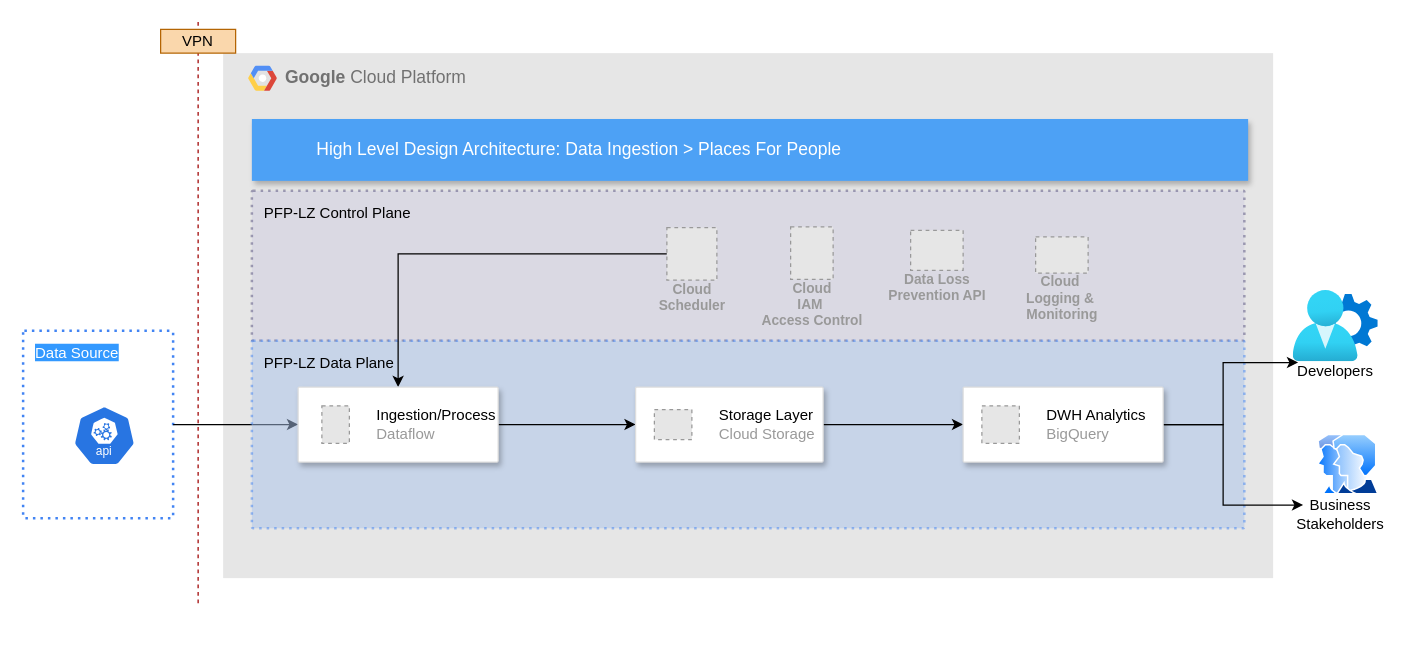
Before: PFP-Sample/PFP-Sample-Design.drawio in harshaldharme/ProjectSpaces, a draw.io diagram. Source tidied: cells renumbered, new cells numbered last; positions are measured from the earlier drawing's top-left corner, leaving out a move shared by most shapes. Both pictures are drawn from the tidied source at 125%, with x=0, y=0 at pixel (22, 21). Pictures stored in the file or linked from it are replaced by grey dashed boxes.
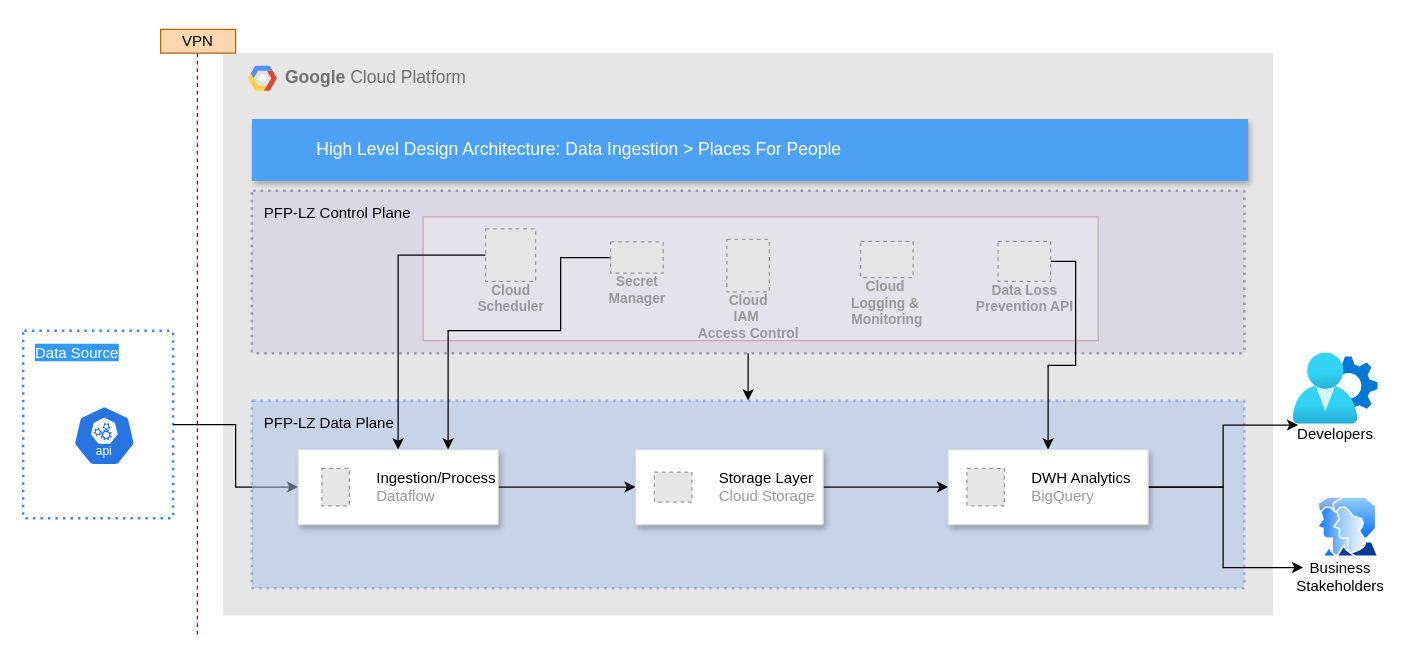
Above is the later version.

What changed in the source:
```diff
@@
     <mxCell id="2" value="&lt;b&gt;Google &lt;/b&gt;Cloud Platform" style="fillColor=#E6E6E6;strokeColor=none;shadow=0;gradientColor=none;fontSize=14;align=left;spacing=10;fontColor=#717171;9E9E9E;verticalAlign=top;spacingTop=-4;fontStyle=0;spacingLeft=40;html=1;" parent="1" vertex="1">
-      <mxGeometry x="160" y="25" width="840" height="420" as="geometry" />
+      <mxGeometry x="160" y="25" width="840" height="450" as="geometry" />
     </mxCell>
+    <mxCell id="7" value="PFP-LZ Control Plane" style="rounded=1;absoluteArcSize=1;arcSize=2;html=1;strokeColor=#56517e;shadow=0;dashed=1;fontSize=12;align=left;verticalAlign=top;spacing=10;spacingTop=-4;fillColor=#d0cee2;dashPattern=1 2;strokeWidth=2;opacity=50;" parent="1" vertex="1">
+      <mxGeometry x="183" y="135" width="794" height="130" as="geometry" />
+    </mxCell>
+    <mxCell id="32" style="rounded=0;whiteSpace=wrap;html=1;opacity=25;strokeColor=#9E0000;" parent="1" vertex="1">
+      <mxGeometry x="320" y="156" width="540" height="99" as="geometry" />
+    </mxCell>
@@
-    <mxCell id="7" value="PFP-LZ Control Plane" style="rounded=1;absoluteArcSize=1;arcSize=2;html=1;strokeColor=#56517e;shadow=0;dashed=1;fontSize=12;align=left;verticalAlign=top;spacing=10;spacingTop=-4;fillColor=#d0cee2;dashPattern=1 2;strokeWidth=2;opacity=50;" parent="1" vertex="1">
-      <mxGeometry x="183" y="135" width="794" height="120" as="geometry" />
-    </mxCell>
+    <mxCell id="33" style="edgeStyle=orthogonalEdgeStyle;rounded=0;jettySize=auto;html=1;exitX=0.5;exitY=1;exitDx=0;exitDy=0;entryX=0.5;entryY=0;entryDx=0;entryDy=0;" parent="1" edge="1" source="7" target="8">
+      <mxGeometry relative="1" as="geometry" />
+    </mxCell>
     <mxCell id="8" value="&lt;font color=&quot;#000000&quot;&gt;PFP-LZ Data Plane&lt;/font&gt;" style="rounded=1;absoluteArcSize=1;arcSize=2;html=1;strokeColor=#4284F3;gradientColor=none;shadow=0;dashed=1;fontSize=12;fontColor=#9E9E9E;align=left;verticalAlign=top;spacing=10;spacingTop=-4;fillColor=#A9C4EB;dashPattern=1 2;strokeWidth=2;opacity=50;" parent="1" vertex="1">
-      <mxGeometry x="183" y="255" width="794" height="150" as="geometry" />
+      <mxGeometry x="183" y="303" width="794" height="150" as="geometry" />
     </mxCell>
@@
     <mxCell id="12" value="Cloud&#10;Scheduler" style="fillColor=#E6E6E6;strokeColor=#999999;dashed=1;html=1;verticalAlign=top;labelPosition=center;verticalLabelPosition=bottom;align=center;spacingTop=-6;fontSize=11;fontStyle=1;fontColor=#999999;" parent="1" vertex="1">
-      <mxGeometry x="515" y="164.6" width="40" height="42" as="geometry" />
+      <mxGeometry x="370" y="165.5" width="40" height="42" as="geometry" />
     </mxCell>
     <mxCell id="13" value="Cloud&lt;br&gt;IAM&amp;nbsp;&lt;br&gt;Access Control" style="fillColor=#E6E6E6;strokeColor=#999999;dashed=1;html=1;verticalAlign=top;labelPosition=center;verticalLabelPosition=bottom;align=center;spacingTop=-6;fontSize=11;fontStyle=1;fontColor=#999999;" parent="1" vertex="1">
-      <mxGeometry x="614" y="164" width="34" height="42" as="geometry" />
+      <mxGeometry x="563" y="174" width="34" height="42" as="geometry" />
     </mxCell>
+    <mxCell id="34" style="edgeStyle=orthogonalEdgeStyle;rounded=0;jettySize=auto;html=1;exitX=1;exitY=0.5;exitDx=0;exitDy=0;entryX=0.5;entryY=0;entryDx=0;entryDy=0;" parent="1" edge="1" source="14" target="21">
+      <mxGeometry relative="1" as="geometry" />
+    </mxCell>
     <mxCell id="14" value="Data Loss&#10;Prevention API" style="fillColor=#E6E6E6;strokeColor=#999999;dashed=1;html=1;verticalAlign=top;labelPosition=center;verticalLabelPosition=bottom;align=center;spacingTop=-6;fontSize=11;fontStyle=1;fontColor=#999999;" parent="1" vertex="1">
-      <mxGeometry x="710" y="166.7" width="42" height="32" as="geometry" />
+      <mxGeometry x="780" y="175.5" width="42" height="32" as="geometry" />
     </mxCell>
     <mxCell id="15" style="edgeStyle=orthogonalEdgeStyle;rounded=0;jettySize=auto;html=1;exitX=1;exitY=0.5;exitDx=0;exitDy=0;entryX=0;entryY=0.5;entryDx=0;entryDy=0;" parent="1" edge="1" source="23" target="21">
       <mxGeometry relative="1" as="geometry">
         <Array as="points">
-          <mxPoint x="680" y="322" />
-          <mxPoint x="680" y="322" />
+          <mxPoint x="680" y="372" />
+          <mxPoint x="680" y="372" />
         </Array>
       </mxGeometry>
     </mxCell>
@@
     <mxCell id="17" style="strokeColor=#dddddd;shadow=1;strokeWidth=1;rounded=1;absoluteArcSize=1;arcSize=2;" parent="1" vertex="1">
-      <mxGeometry x="220" y="292.1" width="160" height="60" as="geometry" />
+      <mxGeometry x="220" y="342.1" width="160" height="60" as="geometry" />
     </mxCell>
@@
     <mxCell id="19" style="edgeStyle=orthogonalEdgeStyle;rounded=0;jettySize=auto;html=1;exitX=1;exitY=0.5;exitDx=0;exitDy=0;entryX=0;entryY=0.25;entryDx=0;entryDy=0;" parent="1" edge="1" source="21" target="29">
       <mxGeometry relative="1" as="geometry">
         <Array as="points">
-          <mxPoint x="960" y="322" />
-          <mxPoint x="960" y="273" />
+          <mxPoint x="960" y="372" />
+          <mxPoint x="960" y="323" />
         </Array>
       </mxGeometry>
     </mxCell>
     <mxCell id="20" style="edgeStyle=orthogonalEdgeStyle;rounded=0;jettySize=auto;html=1;exitX=1;exitY=0.5;exitDx=0;exitDy=0;entryX=0;entryY=0.25;entryDx=0;entryDy=0;" parent="1" edge="1" source="21" target="27">
       <mxGeometry relative="1" as="geometry">
         <Array as="points">
-          <mxPoint x="960" y="322" />
-          <mxPoint x="960" y="387" />
+          <mxPoint x="960" y="372" />
+          <mxPoint x="960" y="437" />
         </Array>
       </mxGeometry>
     </mxCell>
     <mxCell id="21" style="strokeColor=#dddddd;shadow=1;strokeWidth=1;rounded=1;absoluteArcSize=1;arcSize=2;" parent="1" vertex="1">
-      <mxGeometry x="752" y="292.1" width="160" height="60" as="geometry" />
+      <mxGeometry x="740" y="342.1" width="160" height="60" as="geometry" />
     </mxCell>
@@
     <mxCell id="23" style="strokeColor=#dddddd;shadow=1;strokeWidth=1;rounded=1;absoluteArcSize=1;arcSize=2;" parent="1" vertex="1">
-      <mxGeometry x="490" y="292.1" width="150" height="60" as="geometry" />
+      <mxGeometry x="490" y="342.1" width="150" height="60" as="geometry" />
     </mxCell>
@@
     <mxCell id="25" value="Cloud&amp;nbsp;&lt;div&gt;Logging &amp;amp;&amp;nbsp;&lt;br&gt;Monitoring&lt;/div&gt;" style="fillColor=#E6E6E6;strokeColor=#999999;dashed=1;html=1;verticalAlign=top;labelPosition=center;verticalLabelPosition=bottom;align=center;spacingTop=-6;fontSize=11;fontStyle=1;fontColor=#999999;" parent="1" vertex="1">
-      <mxGeometry x="810" y="172" width="42" height="29" as="geometry" />
+      <mxGeometry x="670" y="175.5" width="42" height="29" as="geometry" />
     </mxCell>
     <mxCell id="26" style="image;perimeter=ellipsePerimeter;html=1;align=center;shadow=0;dashed=0;spacingTop=3;image=img/lib/active_directory/user_accounts.svg;flipV=0;flipH=1;" parent="1" vertex="1">
-      <mxGeometry x="1034.2" y="330" width="50" height="48.5" as="geometry" />
+      <mxGeometry x="1034.2" y="380" width="50" height="48.5" as="geometry" />
     </mxCell>
     <mxCell id="27" value="Business&lt;div&gt;Stakeholders&lt;/div&gt;" style="text;html=1;align=center;verticalAlign=middle;whiteSpace=wrap;rounded=0;" parent="1" vertex="1">
-      <mxGeometry x="1024" y="379" width="60" height="30" as="geometry" />
+      <mxGeometry x="1024" y="429" width="60" height="30" as="geometry" />
     </mxCell>
     <mxCell id="28" style="image;html=1;align=center;fontSize=12;image=img/lib/azure2/identity/User_Settings.svg;" parent="1" vertex="1">
-      <mxGeometry x="1016.2" y="215" width="68" height="56.9" as="geometry" />
+      <mxGeometry x="1016.2" y="265" width="68" height="56.9" as="geometry" />
     </mxCell>
     <mxCell id="29" value="Developers" style="text;html=1;align=center;verticalAlign=middle;whiteSpace=wrap;rounded=0;" parent="1" vertex="1">
-      <mxGeometry x="1020" y="265" width="60" height="30" as="geometry" />
+      <mxGeometry x="1020" y="315" width="60" height="30" as="geometry" />
     </mxCell>
+    <mxCell id="35" style="edgeStyle=orthogonalEdgeStyle;rounded=0;jettySize=auto;html=1;exitX=0;exitY=0.5;exitDx=0;exitDy=0;entryX=0.75;entryY=0;entryDx=0;entryDy=0;" parent="1" edge="1" source="36" target="17">
+      <mxGeometry relative="1" as="geometry">
+        <Array as="points">
+          <mxPoint x="430" y="189" />
+          <mxPoint x="430" y="247" />
+          <mxPoint x="340" y="247" />
+        </Array>
+      </mxGeometry>
+    </mxCell>
+    <mxCell id="36" value="Secret&#10;Manager" style="fillColor=#E6E6E6;strokeColor=#999999;dashed=1;html=1;verticalAlign=top;labelPosition=center;verticalLabelPosition=bottom;align=center;spacingTop=-6;fontSize=11;fontStyle=1;fontColor=#999999;" parent="1" vertex="1">
+      <mxGeometry x="470" y="176" width="42" height="25" as="geometry" />
+    </mxCell>
+    <mxCell id="37" style="group;" parent="1" vertex="1">
+      <mxGeometry x="110" y="6" width="60" height="484" as="geometry" />
+    </mxCell>
-    <mxCell id="30" style="endArrow=none;html=1;rounded=0;dashed=1;strokeColor=#9E0000;" parent="1" edge="1">
+    <mxCell id="30" style="endArrow=none;html=1;rounded=0;dashed=1;strokeColor=#9E0000;" parent="37" edge="1">
       <mxGeometry relative="1" as="geometry">
-        <mxPoint x="140" y="465" as="sourcePoint" />
-        <mxPoint x="140" as="targetPoint" />
+        <mxPoint x="29.4" y="484" as="sourcePoint" />
+        <mxPoint x="29.4" y="19" as="targetPoint" />
       </mxGeometry>
     </mxCell>
-    <mxCell id="31" value="VPN" style="text;html=1;align=center;verticalAlign=middle;whiteSpace=wrap;rounded=0;fillColor=#fad7ac;strokeColor=#b46504;" parent="1" vertex="1">
-      <mxGeometry x="110" y="6" width="60" height="19" as="geometry" />
+    <mxCell id="31" value="VPN" style="text;html=1;align=center;verticalAlign=middle;whiteSpace=wrap;rounded=0;fillColor=#fad7ac;strokeColor=#b46504;" parent="37" vertex="1">
+      <mxGeometry width="60" height="19" as="geometry" />
     </mxCell>
```
